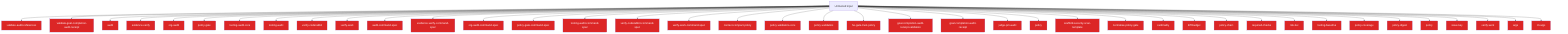
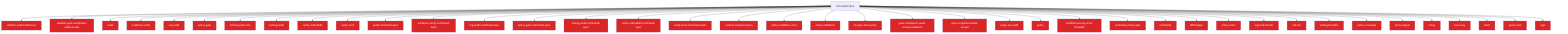
flowchart TD
  Untrusted["Untrusted input"]
  validate_audit_references_811f872a["validate-audit-references"]
  Untrusted --> validate_audit_references_811f872a
  validate_goal_completion_audit_receipt_100d252c["validate-goal-completion-audit-receipt"]
  Untrusted --> validate_goal_completion_audit_receipt_100d252c
  audit_b81f37a0["audit"]
  Untrusted --> audit_b81f37a0
  evidence_verify_3b73c290["evidence-verify"]
  Untrusted --> evidence_verify_3b73c290
  org_audit_d739e44b["org-audit"]
  Untrusted --> org_audit_d739e44b
  policy_gate_213f7313["policy-gate"]
  Untrusted --> policy_gate_213f7313
  tooling_audit_core_328d6a41["tooling-audit-core"]
  Untrusted --> tooling_audit_core_328d6a41
  tooling_audit_8a8239ff["tooling-audit"]
  Untrusted --> tooling_audit_8a8239ff
  verify_coderabbit_490b4e71["verify-coderabbit"]
  Untrusted --> verify_coderabbit_490b4e71
  verify_work_df70ecac["verify-work"]
  Untrusted --> verify_work_df70ecac
  audit_command_spec_5acf0149["audit-command-spec"]
  Untrusted --> audit_command_spec_5acf0149
  evidence_verify_command_spec_e1cbfea2["evidence-verify-command-spec"]
  Untrusted --> evidence_verify_command_spec_e1cbfea2
  org_audit_command_spec_1a570341["org-audit-command-spec"]
  Untrusted --> org_audit_command_spec_1a570341
  policy_gate_command_spec_71e8726a["policy-gate-command-spec"]
  Untrusted --> policy_gate_command_spec_71e8726a
  tooling_audit_command_spec_e0e57863["tooling-audit-command-spec"]
  Untrusted --> tooling_audit_command_spec_e0e57863
  verify_coderabbit_command_spec_68cc9ec5["verify-coderabbit-command-spec"]
  Untrusted --> verify_coderabbit_command_spec_68cc9ec5
  verify_work_command_spec_d6c94ac8["verify-work-command-spec"]
  Untrusted --> verify_work_command_spec_d6c94ac8
  context_compact_policy_3dcaf95d["context-compact-policy"]
  Untrusted --> context_compact_policy_3dcaf95d
  policy_validators_core_714a3fe7["policy-validators-core"]
  Untrusted --> policy_validators_core_714a3fe7
  policy_validators_6682e192["policy-validators"]
  Untrusted --> policy_validators_6682e192
  he_gate_trust_policy_b1126dfd["he-gate-trust-policy"]
  Untrusted --> he_gate_trust_policy_b1126dfd
  goal_completion_audit_receipt_validation_9d0f4891["goal-completion-audit-receipt-validation"]
  Untrusted --> goal_completion_audit_receipt_validation_9d0f4891
  goal_completion_audit_receipt_5e4939c3["goal-completion-audit-receipt"]
  Untrusted --> goal_completion_audit_receipt_5e4939c3
  judge_pm_audit_ccd20b35["judge-pm-audit"]
  Untrusted --> judge_pm_audit_ccd20b35
  policy_823412d1["policy"]
  Untrusted --> policy_823412d1
  scaffold_security_scan_template_55bc7465["scaffold-security-scan-template"]
  Untrusted --> scaffold_security_scan_template_55bc7465
  normalise_policy_gate_90229693["normalise-policy-gate"]
  Untrusted --> normalise_policy_gate_90229693
  cardinality_ebef8aff["cardinality"]
  Untrusted --> cardinality_ebef8aff
  diff_budget_1_9f85eb1c["diff-budget"]
  Untrusted --> diff_budget_1_9f85eb1c
  policy_chain_0c92e343["policy-chain"]
  Untrusted --> policy_chain_0c92e343
  required_checks_46396214["required-checks"]
  Untrusted --> required_checks_46396214
  risk_tier_1_96b6ff91["risk-tier"]
  Untrusted --> risk_tier_1_96b6ff91
  tooling_baseline_50ab2eeb["tooling-baseline"]
  Untrusted --> tooling_baseline_50ab2eeb
  policy_coverage_dab8febe["policy-coverage"]
  Untrusted --> policy_coverage_dab8febe
  policy_digest_ca7acf0a["policy-digest"]
  Untrusted --> policy_digest_ca7acf0a
  policy_1_fc4198db["policy"]
  Untrusted --> policy_1_fc4198db
  issue_key_305bf3db["issue-key"]
  Untrusted --> issue_key_305bf3db
+   hash_d04b98f4["hash"]
+   Untrusted --> hash_d04b98f4
  verify_work_1_cd8e7ec3["verify-work"]
  Untrusted --> verify_work_1_cd8e7ec3
  args_1_15220d9b["args"]
  Untrusted --> args_1_15220d9b
-   cli_args_14_3481043e["cli-args"]
-   Untrusted --> cli_args_14_3481043e
  classDef securityNode fill:#dc2626,color:#fff
-   class validate_audit_references_811f872a,validate_goal_completion_audit_receipt_100d252c,audit_b81f37a0,evidence_verify_3b73c290,org_audit_d739e44b,policy_gate_213f7313,tooling_audit_core_328d6a41,tooling_audit_8a8239ff,verify_coderabbit_490b4e71,verify_work_df70ecac,audit_command_spec_5acf0149,evidence_verify_command_spec_e1cbfea2,org_audit_command_spec_1a570341,policy_gate_command_spec_71e8726a,tooling_audit_command_spec_e0e57863,verify_coderabbit_command_spec_68cc9ec5,verify_work_command_spec_d6c94ac8,context_compact_policy_3dcaf95d,policy_validators_core_714a3fe7,policy_validators_6682e192,he_gate_trust_policy_b1126dfd,goal_completion_audit_receipt_validation_9d0f4891,goal_completion_audit_receipt_5e4939c3,judge_pm_audit_ccd20b35,policy_823412d1,scaffold_security_scan_template_55bc7465,normalise_policy_gate_90229693,cardinality_ebef8aff,diff_budget_1_9f85eb1c,policy_chain_0c92e343,required_checks_46396214,risk_tier_1_96b6ff91,tooling_baseline_50ab2eeb,policy_coverage_dab8febe,policy_digest_ca7acf0a,policy_1_fc4198db,issue_key_305bf3db,verify_work_1_cd8e7ec3,args_1_15220d9b,cli_args_14_3481043e securityNode
+   class validate_audit_references_811f872a,validate_goal_completion_audit_receipt_100d252c,audit_b81f37a0,evidence_verify_3b73c290,org_audit_d739e44b,policy_gate_213f7313,tooling_audit_core_328d6a41,tooling_audit_8a8239ff,verify_coderabbit_490b4e71,verify_work_df70ecac,audit_command_spec_5acf0149,evidence_verify_command_spec_e1cbfea2,org_audit_command_spec_1a570341,policy_gate_command_spec_71e8726a,tooling_audit_command_spec_e0e57863,verify_coderabbit_command_spec_68cc9ec5,verify_work_command_spec_d6c94ac8,context_compact_policy_3dcaf95d,policy_validators_core_714a3fe7,policy_validators_6682e192,he_gate_trust_policy_b1126dfd,goal_completion_audit_receipt_validation_9d0f4891,goal_completion_audit_receipt_5e4939c3,judge_pm_audit_ccd20b35,policy_823412d1,scaffold_security_scan_template_55bc7465,normalise_policy_gate_90229693,cardinality_ebef8aff,diff_budget_1_9f85eb1c,policy_chain_0c92e343,required_checks_46396214,risk_tier_1_96b6ff91,tooling_baseline_50ab2eeb,policy_coverage_dab8febe,policy_digest_ca7acf0a,policy_1_fc4198db,issue_key_305bf3db,hash_d04b98f4,verify_work_1_cd8e7ec3,args_1_15220d9b securityNode
